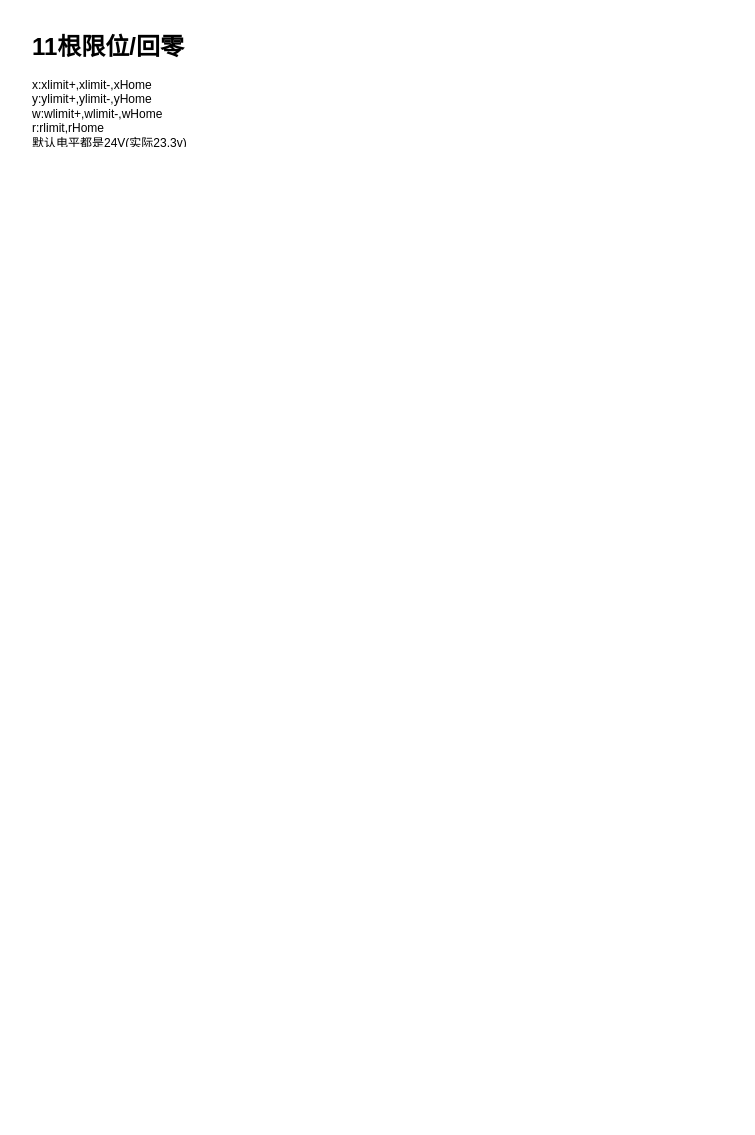
The draw.io diagram 新喷码机部件图.drawio in wjaswdd/draw.io, before the edit. Source tidied: cells renumbered, new cells numbered last; positions are measured from the earlier drawing's top-left corner, leaving out a move shared by most shapes. Both pictures are drawn from the tidied source at 100%, with x=0, y=0 at pixel (27, 27).
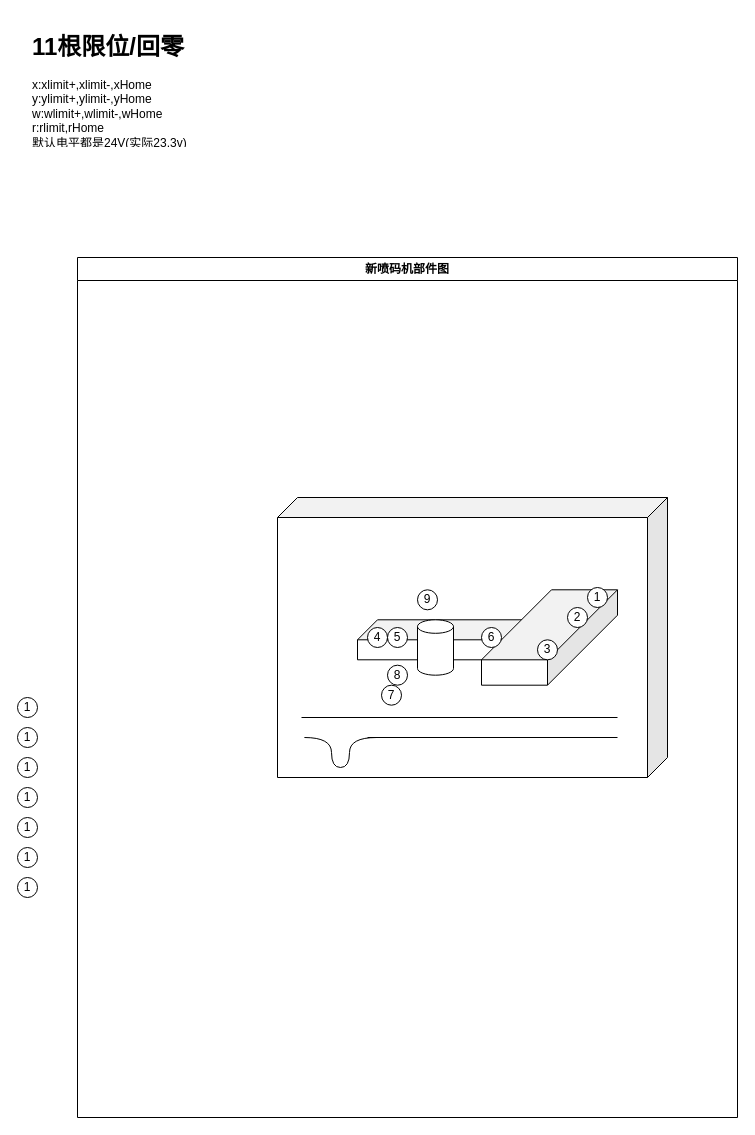
After the change.

Commit message (it also covers changes not shown here):
更新新喷码机部件图.drawio

Change to the diagram source:
```diff
@@
+    <mxCell id="3" value="新喷码机部件图" style="swimlane;whiteSpace=wrap;html=1;" parent="1" vertex="1">
+      <mxGeometry x="50" y="230" width="660" height="860" as="geometry" />
+    </mxCell>
+    <mxCell id="4" style="shape=cube;whiteSpace=wrap;html=1;boundedLbl=1;backgroundOutline=1;darkOpacity=0.05;darkOpacity2=0.1;direction=east;flipH=1;" parent="3" vertex="1">
+      <mxGeometry x="200" y="240" width="390" height="280" as="geometry" />
+    </mxCell>
+    <mxCell id="5" style="shape=cube;whiteSpace=wrap;html=1;boundedLbl=1;backgroundOutline=1;darkOpacity=0.05;darkOpacity2=0.1;flipV=0;flipH=1;" parent="3" vertex="1">
+      <mxGeometry x="280" y="362.3" width="170" height="40" as="geometry" />
+    </mxCell>
+    <mxCell id="6" style="shape=cube;whiteSpace=wrap;html=1;boundedLbl=1;backgroundOutline=1;darkOpacity=0.05;darkOpacity2=0.1;flipH=0;direction=west;flipV=1;rotation=0;size=70;" parent="3" vertex="1">
+      <mxGeometry x="404" y="332.3" width="136" height="95.4" as="geometry" />
+    </mxCell>
+    <mxCell id="7" style="shape=cylinder3;whiteSpace=wrap;html=1;boundedLbl=1;backgroundOutline=1;size=6.755456891741176;flipV=0;" parent="3" vertex="1">
+      <mxGeometry x="340" y="362.3" width="36" height="55.4" as="geometry" />
+    </mxCell>
+    <mxCell id="8" value="1" style="ellipse;whiteSpace=wrap;html=1;" parent="3" vertex="1">
+      <mxGeometry x="510" y="330" width="20" height="20" as="geometry" />
+    </mxCell>
+    <mxCell id="9" value="2" style="ellipse;whiteSpace=wrap;html=1;" parent="3" vertex="1">
+      <mxGeometry x="490" y="350" width="20" height="20" as="geometry" />
+    </mxCell>
+    <mxCell id="10" value="3" style="ellipse;whiteSpace=wrap;html=1;" parent="3" vertex="1">
+      <mxGeometry x="460" y="382.3" width="20" height="20" as="geometry" />
+    </mxCell>
+    <mxCell id="11" value="4" style="ellipse;whiteSpace=wrap;html=1;" parent="3" vertex="1">
+      <mxGeometry x="290" y="370" width="20" height="20" as="geometry" />
+    </mxCell>
+    <mxCell id="12" value="5" style="ellipse;whiteSpace=wrap;html=1;" parent="3" vertex="1">
+      <mxGeometry x="310" y="370" width="20" height="20" as="geometry" />
+    </mxCell>
+    <mxCell id="13" value="6" style="ellipse;whiteSpace=wrap;html=1;" parent="3" vertex="1">
+      <mxGeometry x="404" y="370" width="20" height="20" as="geometry" />
+    </mxCell>
+    <mxCell id="14" value="7" style="ellipse;whiteSpace=wrap;html=1;" parent="3" vertex="1">
+      <mxGeometry x="304" y="427.7" width="20" height="20" as="geometry" />
+    </mxCell>
+    <mxCell id="15" value="8" style="ellipse;whiteSpace=wrap;html=1;" parent="3" vertex="1">
+      <mxGeometry x="310" y="407.7" width="20" height="20" as="geometry" />
+    </mxCell>
+    <mxCell id="16" value="9" style="ellipse;whiteSpace=wrap;html=1;" parent="3" vertex="1">
+      <mxGeometry x="340" y="332.3" width="20" height="20" as="geometry" />
+    </mxCell>
+    <mxCell id="17" style="endArrow=none;html=1;rounded=0;" parent="3" edge="1">
+      <mxGeometry relative="1" as="geometry">
+        <mxPoint x="224" y="460" as="sourcePoint" />
+        <mxPoint x="540" y="460" as="targetPoint" />
+      </mxGeometry>
+    </mxCell>
+    <mxCell id="18" style="group;" parent="3" vertex="1">
+      <mxGeometry x="190" y="570" width="370" height="30" as="geometry" />
+    </mxCell>
+    <mxCell id="19" style="endArrow=none;html=1;rounded=0;edgeStyle=orthogonalEdgeStyle;curved=1;" parent="18" edge="1">
+      <mxGeometry relative="1" as="geometry">
+        <mxPoint x="36.9" y="-90" as="sourcePoint" />
+        <mxPoint x="109.1" y="-90" as="targetPoint" />
+        <Array as="points">
+          <mxPoint x="64" y="-90" />
+          <mxPoint x="64" y="-60" />
+          <mxPoint x="82" y="-60" />
+          <mxPoint x="82" y="-90" />
+        </Array>
+      </mxGeometry>
+    </mxCell>
+    <mxCell id="20" style="endArrow=none;html=1;rounded=0;" parent="3" edge="1">
+      <mxGeometry relative="1" as="geometry">
+        <mxPoint x="290.1" y="480" as="sourcePoint" />
+        <mxPoint x="540" y="480" as="targetPoint" />
+      </mxGeometry>
+    </mxCell>
+    <mxCell id="21" style="edgeStyle=orthogonalEdgeStyle;rounded=0;orthogonalLoop=1;jettySize=auto;html=1;" parent="1" edge="1">
+      <mxGeometry relative="1" as="geometry">
+        <mxPoint x="10" y="1010" as="targetPoint" />
+      </mxGeometry>
+    </mxCell>
+    <mxCell id="22" value="1" style="ellipse;whiteSpace=wrap;html=1;" parent="1" vertex="1">
+      <mxGeometry x="-10" y="670" width="20" height="20" as="geometry" />
+    </mxCell>
+    <mxCell id="23" value="1" style="ellipse;whiteSpace=wrap;html=1;" parent="1" vertex="1">
+      <mxGeometry x="-10" y="700" width="20" height="20" as="geometry" />
+    </mxCell>
+    <mxCell id="24" value="1" style="ellipse;whiteSpace=wrap;html=1;" parent="1" vertex="1">
+      <mxGeometry x="-10" y="730" width="20" height="20" as="geometry" />
+    </mxCell>
+    <mxCell id="25" value="1" style="ellipse;whiteSpace=wrap;html=1;" parent="1" vertex="1">
+      <mxGeometry x="-10" y="760" width="20" height="20" as="geometry" />
+    </mxCell>
+    <mxCell id="26" value="1" style="ellipse;whiteSpace=wrap;html=1;" parent="1" vertex="1">
+      <mxGeometry x="-10" y="790" width="20" height="20" as="geometry" />
+    </mxCell>
+    <mxCell id="27" value="1" style="ellipse;whiteSpace=wrap;html=1;" parent="1" vertex="1">
+      <mxGeometry x="-10" y="820" width="20" height="20" as="geometry" />
+    </mxCell>
+    <mxCell id="28" value="1" style="ellipse;whiteSpace=wrap;html=1;" parent="1" vertex="1">
+      <mxGeometry x="-10" y="850" width="20" height="20" as="geometry" />
+    </mxCell>
```
